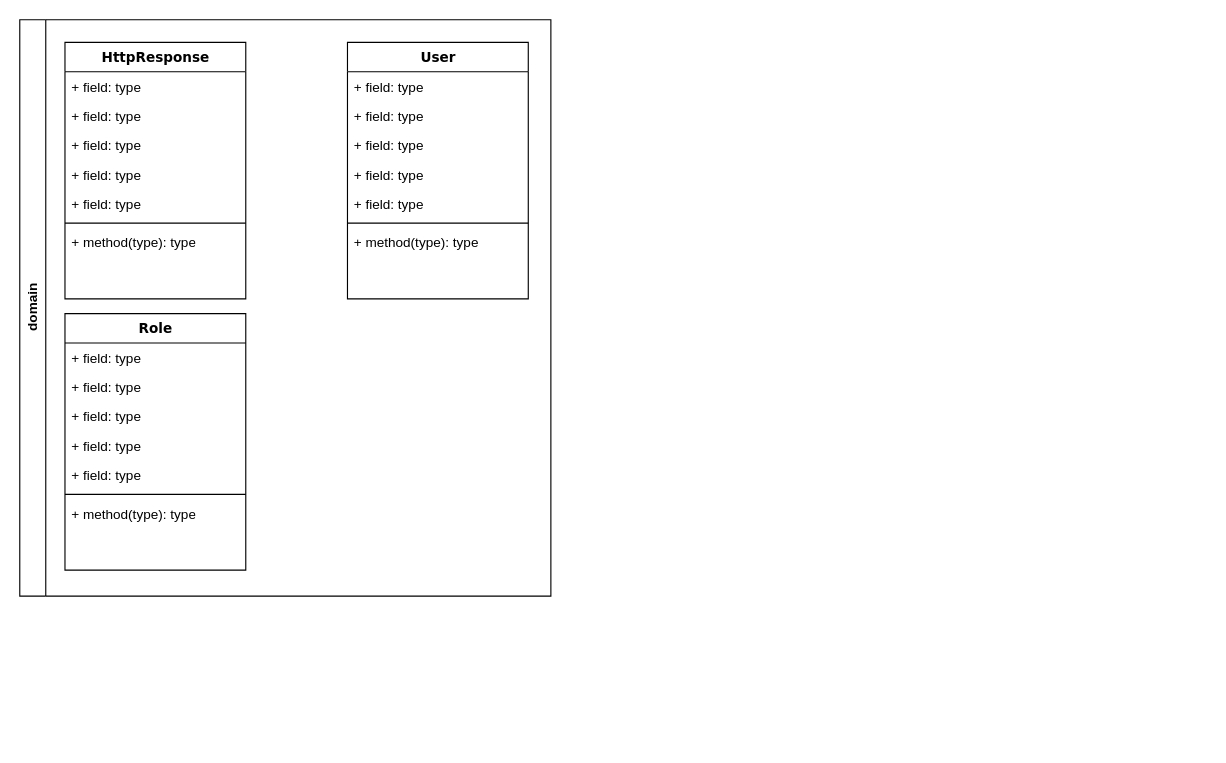
Before: Untitled Diagram.drawio in jarisiber/layer-architecture, a draw.io diagram. Source tidied: cells renumbered, new cells numbered last; positions are measured from the earlier drawing's top-left corner, leaving out a move shared by most shapes. Both pictures are drawn from the tidied source at 113%, with x=0, y=0 at pixel (19, 19).
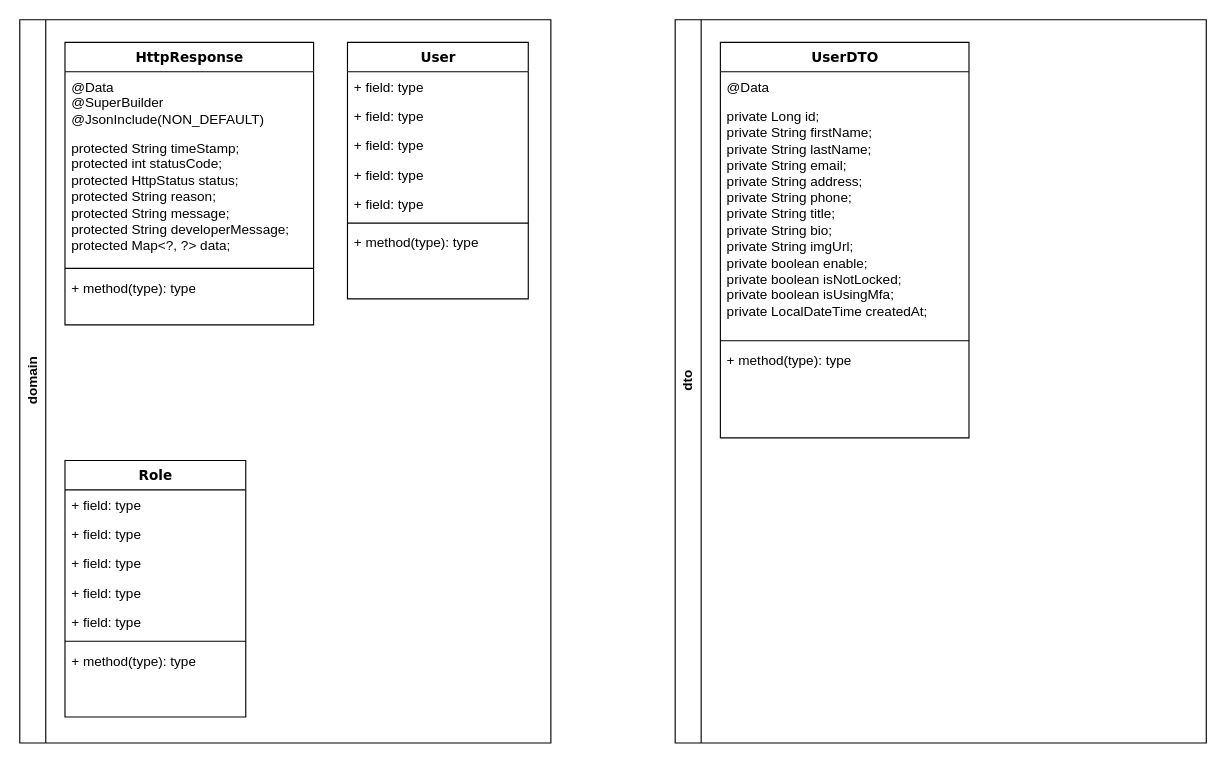
Above is the later version.

What changed in the source:
```diff
@@
     <mxCell id="2" value="domain" style="swimlane;horizontal=0;whiteSpace=wrap;html=1;" parent="1" vertex="1">
-      <mxGeometry width="470" height="510" as="geometry" />
+      <mxGeometry width="470" height="640" as="geometry" />
     </mxCell>
     <mxCell id="3" value="HttpResponse" style="swimlane;html=1;fontStyle=1;align=center;verticalAlign=top;horizontal=1;startSize=26;swimlaneFillColor=#ffffff;rounded=0;shadow=0;comic=0;labelBackgroundColor=none;strokeWidth=1;fillColor=none;fontFamily=Verdana;fontSize=12;" parent="2" vertex="1">
-      <mxGeometry x="40" y="20" width="160" height="227" as="geometry" />
+      <mxGeometry x="40" y="20" width="220" height="250" as="geometry" />
     </mxCell>
-    <mxCell id="4" value="+ field: type" style="text;html=1;strokeColor=none;fillColor=none;align=left;verticalAlign=top;spacingLeft=4;spacingRight=4;whiteSpace=wrap;overflow=hidden;" parent="3" vertex="1">
-      <mxGeometry y="26" width="160" height="26" as="geometry" />
-    </mxCell>
-    <mxCell id="5" value="+ field: type" style="text;html=1;strokeColor=none;fillColor=none;align=left;verticalAlign=top;spacingLeft=4;spacingRight=4;whiteSpace=wrap;overflow=hidden;" parent="3" vertex="1">
-      <mxGeometry y="52" width="160" height="26" as="geometry" />
-    </mxCell>
+    <mxCell id="27" value="&lt;div&gt;@Data&lt;/div&gt;&lt;div&gt;@SuperBuilder&lt;/div&gt;&lt;div&gt;@JsonInclude(NON_DEFAULT)&lt;/div&gt;" style="text;html=1;strokeColor=none;fillColor=none;align=left;verticalAlign=top;spacingLeft=4;spacingRight=4;whiteSpace=wrap;overflow=hidden;" parent="3" vertex="1">
+      <mxGeometry y="26" width="220" height="54" as="geometry" />
+    </mxCell>
-    <mxCell id="6" value="+ field: type" style="text;html=1;strokeColor=none;fillColor=none;align=left;verticalAlign=top;spacingLeft=4;spacingRight=4;whiteSpace=wrap;overflow=hidden;" parent="3" vertex="1">
-      <mxGeometry y="78" width="160" height="26" as="geometry" />
+    <mxCell id="6" value="&lt;div&gt;protected String timeStamp;&lt;/div&gt;&lt;div&gt;protected int statusCode;&lt;/div&gt;&lt;div&gt;protected HttpStatus status;&lt;/div&gt;&lt;div&gt;protected String reason;&lt;/div&gt;&lt;div&gt;protected String message;&lt;/div&gt;&lt;div&gt;protected String developerMessage;&lt;/div&gt;&lt;div&gt;protected Map&amp;lt;?, ?&amp;gt; data;&lt;/div&gt;" style="text;html=1;strokeColor=none;fillColor=none;align=left;verticalAlign=top;spacingLeft=4;spacingRight=4;whiteSpace=wrap;overflow=hidden;" parent="3" vertex="1">
+      <mxGeometry y="80" width="220" height="116" as="geometry" />
     </mxCell>
-    <mxCell id="7" value="+ field: type" style="text;html=1;strokeColor=none;fillColor=none;align=left;verticalAlign=top;spacingLeft=4;spacingRight=4;whiteSpace=wrap;overflow=hidden;" parent="3" vertex="1">
-      <mxGeometry y="104" width="160" height="26" as="geometry" />
-    </mxCell>
-    <mxCell id="8" value="+ field: type" style="text;html=1;strokeColor=none;fillColor=none;align=left;verticalAlign=top;spacingLeft=4;spacingRight=4;whiteSpace=wrap;overflow=hidden;" parent="3" vertex="1">
-      <mxGeometry y="130" width="160" height="26" as="geometry" />
-    </mxCell>
     <mxCell id="9" style="line;html=1;strokeWidth=1;fillColor=none;align=left;verticalAlign=middle;spacingTop=-1;spacingLeft=3;spacingRight=3;labelPosition=right;" parent="3" vertex="1">
-      <mxGeometry y="156" width="160" height="8" as="geometry" />
+      <mxGeometry y="196" width="220" height="8" as="geometry" />
     </mxCell>
     <mxCell id="10" value="+ method(type): type" style="text;html=1;strokeColor=none;fillColor=none;align=left;verticalAlign=top;spacingLeft=4;spacingRight=4;whiteSpace=wrap;overflow=hidden;" parent="3" vertex="1">
-      <mxGeometry y="164" width="160" height="26" as="geometry" />
+      <mxGeometry y="204" width="220" height="26" as="geometry" />
     </mxCell>
@@
-    <mxCell id="19" value="Role" style="swimlane;html=1;fontStyle=1;align=center;verticalAlign=top;horizontal=1;startSize=26;swimlaneFillColor=#ffffff;rounded=0;shadow=0;comic=0;labelBackgroundColor=none;strokeWidth=1;fillColor=none;fontFamily=Verdana;fontSize=12;" parent="1" vertex="1">
-      <mxGeometry x="40" y="260" width="160" height="227" as="geometry" />
+    <mxCell id="19" value="Role" style="swimlane;html=1;fontStyle=1;align=center;verticalAlign=top;horizontal=1;startSize=26;swimlaneFillColor=#ffffff;rounded=0;shadow=0;comic=0;labelBackgroundColor=none;strokeWidth=1;fillColor=none;fontFamily=Verdana;fontSize=12;" parent="2" vertex="1">
+      <mxGeometry x="40" y="390" width="160" height="227" as="geometry" />
     </mxCell>
@@
+    <mxCell id="28" value="dto" style="swimlane;horizontal=0;whiteSpace=wrap;html=1;" parent="1" vertex="1">
+      <mxGeometry x="580" width="470" height="640" as="geometry" />
+    </mxCell>
+    <mxCell id="29" value="UserDTO" style="swimlane;html=1;fontStyle=1;align=center;verticalAlign=top;horizontal=1;startSize=26;swimlaneFillColor=#ffffff;rounded=0;shadow=0;comic=0;labelBackgroundColor=none;strokeWidth=1;fillColor=none;fontFamily=Verdana;fontSize=12;" parent="28" vertex="1">
+      <mxGeometry x="40" y="20" width="220" height="350" as="geometry" />
+    </mxCell>
+    <mxCell id="30" value="@Data" style="text;html=1;strokeColor=none;fillColor=none;align=left;verticalAlign=top;spacingLeft=4;spacingRight=4;whiteSpace=wrap;overflow=hidden;" parent="29" vertex="1">
+      <mxGeometry y="26" width="220" height="26" as="geometry" />
+    </mxCell>
+    <mxCell id="31" value="&lt;div&gt;private Long id;&lt;/div&gt;&lt;div&gt;private String firstName;&lt;/div&gt;&lt;div&gt;private String lastName;&lt;/div&gt;&lt;div&gt;private String email;&lt;/div&gt;&lt;div&gt;private String address;&lt;/div&gt;&lt;div&gt;private String phone;&lt;/div&gt;&lt;div&gt;private String title;&lt;/div&gt;&lt;div&gt;private String bio;&lt;/div&gt;&lt;div&gt;private String imgUrl;&lt;/div&gt;&lt;div&gt;private boolean enable;&lt;/div&gt;&lt;div&gt;private boolean isNotLocked;&lt;/div&gt;&lt;div&gt;private boolean isUsingMfa;&lt;/div&gt;&lt;div&gt;private LocalDateTime createdAt;&lt;/div&gt;" style="text;html=1;strokeColor=none;fillColor=none;align=left;verticalAlign=top;spacingLeft=4;spacingRight=4;whiteSpace=wrap;overflow=hidden;" parent="29" vertex="1">
+      <mxGeometry y="52" width="220" height="208" as="geometry" />
+    </mxCell>
+    <mxCell id="32" style="line;html=1;strokeWidth=1;fillColor=none;align=left;verticalAlign=middle;spacingTop=-1;spacingLeft=3;spacingRight=3;labelPosition=right;" parent="29" vertex="1">
+      <mxGeometry y="260" width="220" height="8" as="geometry" />
+    </mxCell>
+    <mxCell id="33" value="+ method(type): type" style="text;html=1;strokeColor=none;fillColor=none;align=left;verticalAlign=top;spacingLeft=4;spacingRight=4;whiteSpace=wrap;overflow=hidden;" parent="29" vertex="1">
+      <mxGeometry y="268" width="220" height="26" as="geometry" />
+    </mxCell>
```
